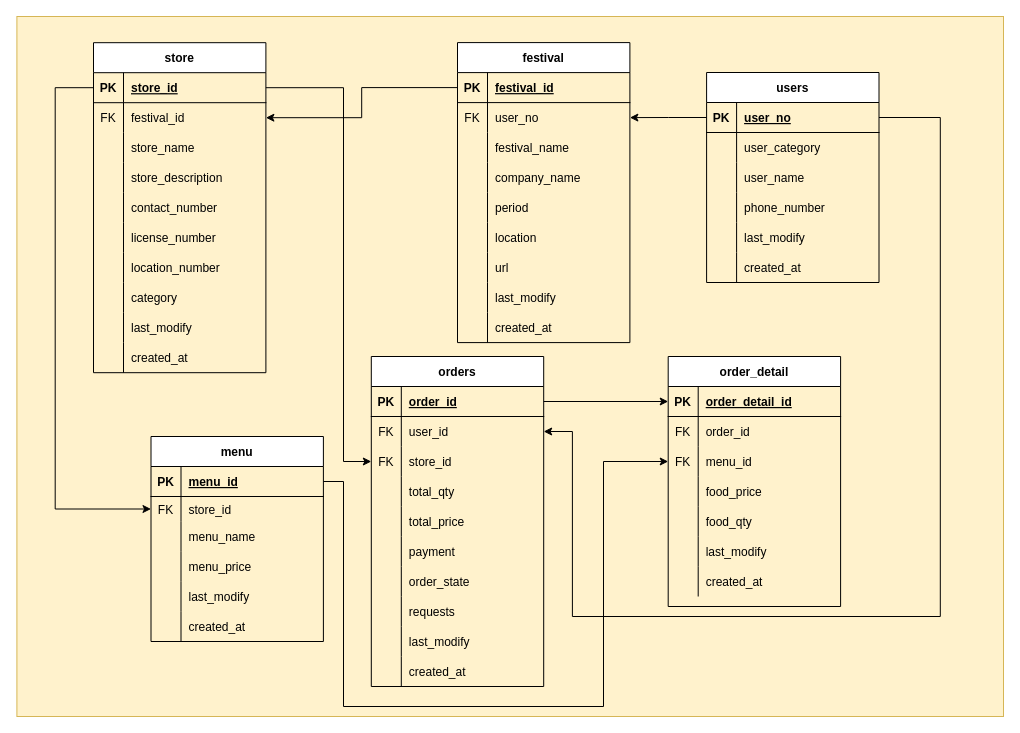
Above: DB Diagram.drawio in jaden7856/Goblin_DB_Schema (draw.io), before the change. Source tidied: cells renumbered, new cells numbered last; positions are measured from the earlier drawing's top-left corner, leaving out a move shared by most shapes. Both pictures are drawn from the tidied source at 100%, with x=0, y=0 at pixel (16, 16).
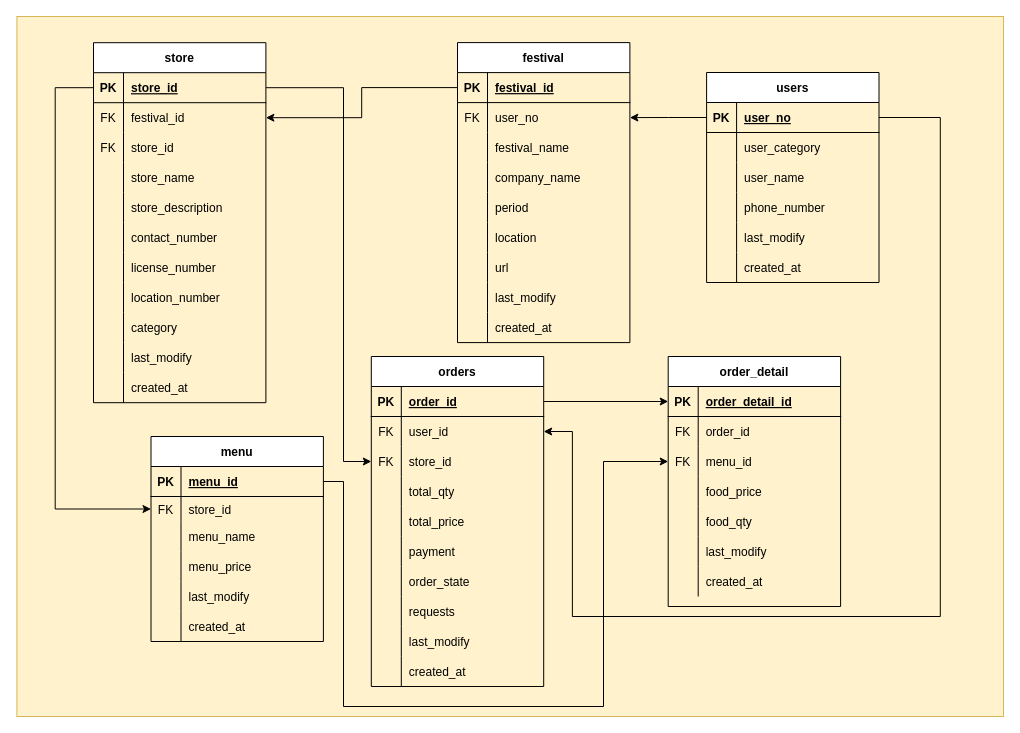
The same diagram, later.

The change refers to these unchanged cells:
```xml
<mxCell id="2" style="group;fillColor=#fff2cc;strokeColor=#d6b656;" parent="1" vertex="1">
  <mxGeometry x="77" width="910" height="700" as="geometry" />
</mxCell>
```

What changed in the source:
```diff
@@
     <mxCell id="4" value="store" style="shape=table;startSize=30;childLayout=tableLayout;rowLines=0;fontStyle=1;align=center;" parent="2" vertex="1">
-      <mxGeometry y="26.2" width="172.4" height="330" as="geometry" />
+      <mxGeometry y="26.2" width="172.4" height="360" as="geometry" />
     </mxCell>
@@
+    <mxCell id="162" style="shape=partialRectangle;fillColor=none;top=0;left=0;bottom=0;right=0;" parent="4" vertex="1">
+      <mxGeometry y="90" width="172.4" height="30" as="geometry" />
+    </mxCell>
+    <mxCell id="163" value="FK" style="shape=partialRectangle;fillColor=none;top=0;left=0;bottom=0;right=0;overflow=hidden;" parent="162" vertex="1">
+      <mxGeometry width="30" height="30" as="geometry" />
+    </mxCell>
+    <mxCell id="164" value="store_id" style="shape=partialRectangle;fillColor=none;top=0;left=0;bottom=0;right=0;align=left;spacingLeft=6;overflow=hidden;" parent="162" vertex="1">
+      <mxGeometry x="30" width="142.4" height="30" as="geometry" />
+    </mxCell>
     <mxCell id="11" style="shape=partialRectangle;fillColor=none;top=0;left=0;bottom=0;right=0;" parent="4" vertex="1">
-      <mxGeometry y="90" width="172.4" height="30" as="geometry" />
+      <mxGeometry y="120" width="172.4" height="30" as="geometry" />
     </mxCell>
@@
     <mxCell id="14" style="shape=partialRectangle;fillColor=none;top=0;left=0;bottom=0;right=0;" parent="4" vertex="1">
-      <mxGeometry y="120" width="172.4" height="30" as="geometry" />
+      <mxGeometry y="150" width="172.4" height="30" as="geometry" />
     </mxCell>
@@
     <mxCell id="17" style="shape=partialRectangle;fillColor=none;top=0;left=0;bottom=0;right=0;" parent="4" vertex="1">
-      <mxGeometry y="150" width="172.4" height="30" as="geometry" />
+      <mxGeometry y="180" width="172.4" height="30" as="geometry" />
     </mxCell>
@@
     <mxCell id="20" style="shape=partialRectangle;fillColor=none;top=0;left=0;bottom=0;right=0;" parent="4" vertex="1">
-      <mxGeometry y="180" width="172.4" height="30" as="geometry" />
+      <mxGeometry y="210" width="172.4" height="30" as="geometry" />
     </mxCell>
@@
     <mxCell id="23" style="shape=partialRectangle;fillColor=none;top=0;left=0;bottom=0;right=0;" parent="4" vertex="1">
-      <mxGeometry y="210" width="172.4" height="30" as="geometry" />
+      <mxGeometry y="240" width="172.4" height="30" as="geometry" />
     </mxCell>
@@
     <mxCell id="26" style="shape=partialRectangle;fillColor=none;top=0;left=0;bottom=0;right=0;" parent="4" vertex="1">
-      <mxGeometry y="240" width="172.4" height="30" as="geometry" />
+      <mxGeometry y="270" width="172.4" height="30" as="geometry" />
     </mxCell>
@@
     <mxCell id="29" style="shape=partialRectangle;fillColor=none;top=0;left=0;bottom=0;right=0;" parent="4" vertex="1">
-      <mxGeometry y="270" width="172.4" height="30" as="geometry" />
+      <mxGeometry y="300" width="172.4" height="30" as="geometry" />
     </mxCell>
@@
     <mxCell id="32" style="shape=partialRectangle;fillColor=none;top=0;left=0;bottom=0;right=0;" parent="4" vertex="1">
-      <mxGeometry y="300" width="172.4" height="30" as="geometry" />
+      <mxGeometry y="330" width="172.4" height="30" as="geometry" />
     </mxCell>
```
